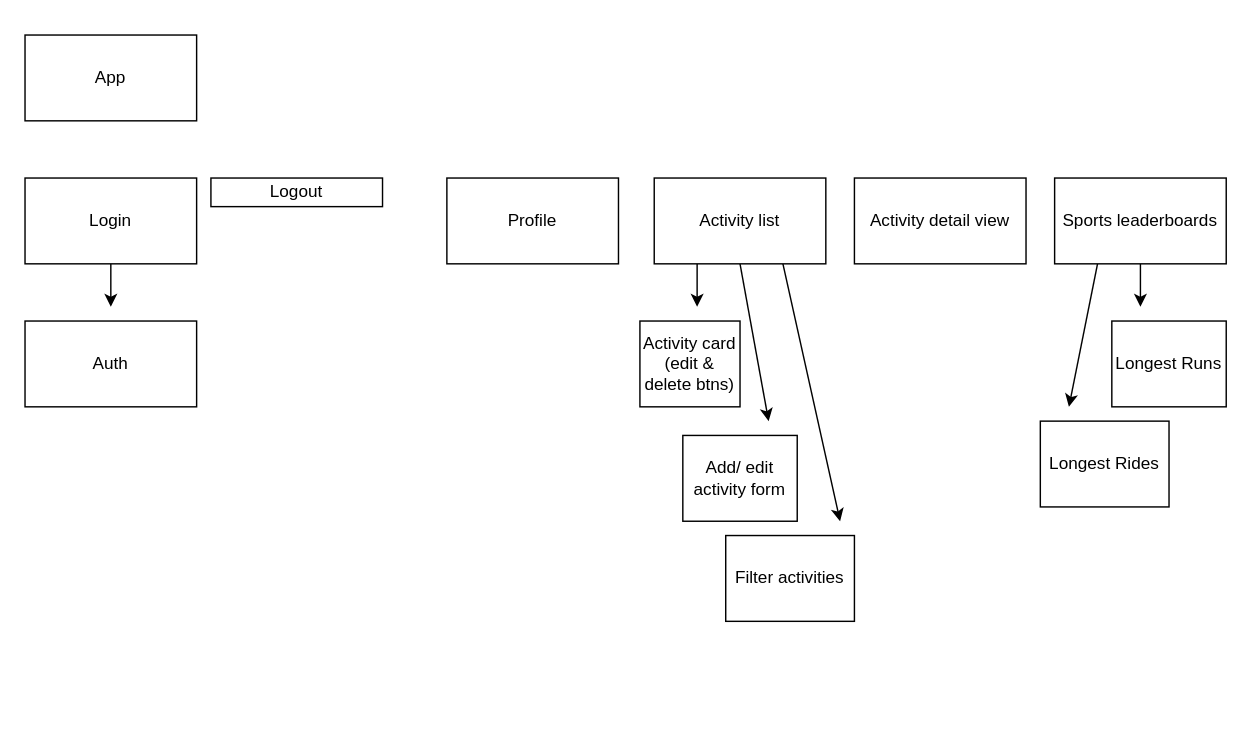
Above: app/wireframe.drawio in HartPM/exercise-tracker-app (draw.io), before the change. Source tidied: cells renumbered, new cells numbered last; positions are measured from the earlier drawing's top-left corner, leaving out a move shared by most shapes. Both pictures are drawn from the tidied source at 143%, with x=0, y=0 at pixel (24, 34).
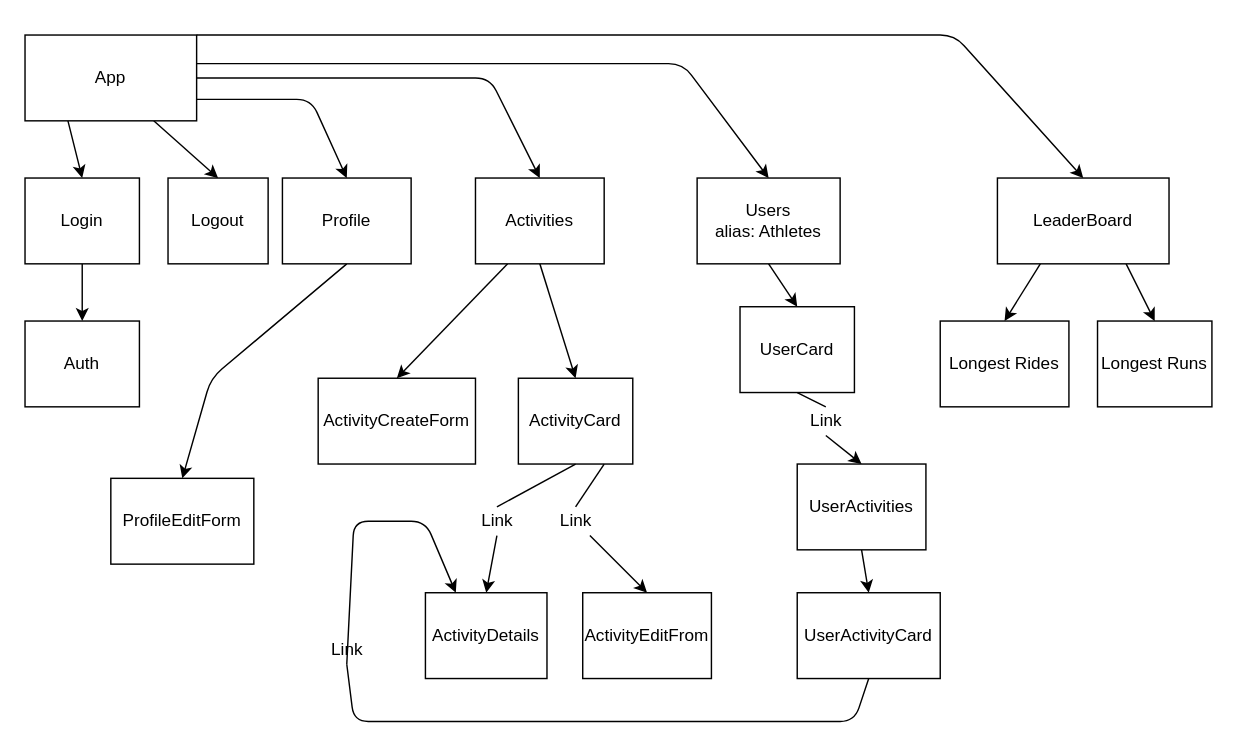
The same diagram, later.

Unchanged cells that the change refers to:
```xml
<mxCell id="2" value="App" style="whiteSpace=wrap;html=1;" parent="1" vertex="1">
  <mxGeometry width="120" height="60" as="geometry" />
</mxCell>
```

The edit, as a diff of the source:
```diff
@@
+    <mxCell id="21" style="edgeStyle=none;html=1;exitX=1;exitY=0;exitDx=0;exitDy=0;entryX=0.5;entryY=0;entryDx=0;entryDy=0;" parent="1" edge="1" source="2" target="39">
+      <mxGeometry relative="1" as="geometry">
+        <Array as="points">
+          <mxPoint x="650" />
+        </Array>
+      </mxGeometry>
+    </mxCell>
+    <mxCell id="22" style="edgeStyle=none;html=1;entryX=0.5;entryY=0;entryDx=0;entryDy=0;" parent="1" edge="1" target="33">
+      <mxGeometry relative="1" as="geometry">
+        <mxPoint x="120" y="20" as="sourcePoint" />
+        <Array as="points">
+          <mxPoint x="460" y="20" />
+        </Array>
+      </mxGeometry>
+    </mxCell>
+    <mxCell id="23" style="edgeStyle=none;html=1;exitX=1;exitY=0.5;exitDx=0;exitDy=0;entryX=0.5;entryY=0;entryDx=0;entryDy=0;" parent="1" edge="1" source="2" target="9">
+      <mxGeometry relative="1" as="geometry">
+        <Array as="points">
+          <mxPoint x="325" y="30" />
+        </Array>
+      </mxGeometry>
+    </mxCell>
+    <mxCell id="24" style="edgeStyle=none;html=1;exitX=1;exitY=0.75;exitDx=0;exitDy=0;entryX=0.5;entryY=0;entryDx=0;entryDy=0;" parent="1" edge="1" source="2" target="5">
+      <mxGeometry relative="1" as="geometry">
+        <Array as="points">
+          <mxPoint x="200" y="45" />
+        </Array>
+      </mxGeometry>
+    </mxCell>
+    <mxCell id="25" style="edgeStyle=none;html=1;exitX=0.75;exitY=1;exitDx=0;exitDy=0;entryX=0.5;entryY=0;entryDx=0;entryDy=0;" parent="1" edge="1" source="2" target="19">
+      <mxGeometry relative="1" as="geometry" />
+    </mxCell>
+    <mxCell id="26" style="edgeStyle=none;html=1;exitX=0.25;exitY=1;exitDx=0;exitDy=0;entryX=0.5;entryY=0;entryDx=0;entryDy=0;" parent="1" edge="1" source="2" target="4">
+      <mxGeometry relative="1" as="geometry" />
+    </mxCell>
@@
-    <mxCell id="3" style="edgeStyle=none;html=1;exitX=0.5;exitY=1;exitDx=0;exitDy=0;" parent="1" edge="1" source="4">
-      <mxGeometry relative="1" as="geometry">
-        <mxPoint x="60" y="190" as="targetPoint" />
-      </mxGeometry>
+    <mxCell id="3" style="edgeStyle=none;html=1;exitX=0.5;exitY=1;exitDx=0;exitDy=0;entryX=0.5;entryY=0;entryDx=0;entryDy=0;" parent="1" edge="1" source="4" target="14">
+      <mxGeometry relative="1" as="geometry" />
     </mxCell>
     <mxCell id="4" value="Login" style="whiteSpace=wrap;html=1;" parent="1" vertex="1">
-      <mxGeometry y="100" width="120" height="60" as="geometry" />
+      <mxGeometry y="100" width="80" height="60" as="geometry" />
     </mxCell>
+    <mxCell id="27" style="edgeStyle=none;html=1;exitX=0.5;exitY=1;exitDx=0;exitDy=0;entryX=0.5;entryY=0;entryDx=0;entryDy=0;" parent="1" edge="1" source="5" target="50">
+      <mxGeometry relative="1" as="geometry">
+        <Array as="points">
+          <mxPoint x="130" y="240" />
+        </Array>
+      </mxGeometry>
+    </mxCell>
     <mxCell id="5" value="Profile" style="whiteSpace=wrap;html=1;" parent="1" vertex="1">
-      <mxGeometry x="295" y="100" width="120" height="60" as="geometry" />
+      <mxGeometry x="180" y="100" width="90" height="60" as="geometry" />
     </mxCell>
-    <mxCell id="6" style="edgeStyle=none;html=1;exitX=0.5;exitY=1;exitDx=0;exitDy=0;" parent="1" edge="1" source="9">
-      <mxGeometry relative="1" as="geometry">
-        <mxPoint x="520" y="270" as="targetPoint" />
-      </mxGeometry>
-    </mxCell>
-    <mxCell id="7" style="edgeStyle=none;html=1;exitX=0.25;exitY=1;exitDx=0;exitDy=0;" parent="1" edge="1" source="9">
-      <mxGeometry relative="1" as="geometry">
-        <mxPoint x="470" y="190" as="targetPoint" />
-      </mxGeometry>
-    </mxCell>
-    <mxCell id="8" style="edgeStyle=none;html=1;exitX=0.75;exitY=1;exitDx=0;exitDy=0;" parent="1" edge="1" source="9">
-      <mxGeometry relative="1" as="geometry">
-        <mxPoint x="570" y="340" as="targetPoint" />
-      </mxGeometry>
-    </mxCell>
+    <mxCell id="28" style="edgeStyle=none;html=1;exitX=0.5;exitY=1;exitDx=0;exitDy=0;entryX=0.5;entryY=0;entryDx=0;entryDy=0;" parent="1" edge="1" source="9" target="10">
+      <mxGeometry relative="1" as="geometry" />
+    </mxCell>
+    <mxCell id="29" style="edgeStyle=none;html=1;exitX=0.25;exitY=1;exitDx=0;exitDy=0;entryX=0.5;entryY=0;entryDx=0;entryDy=0;" parent="1" edge="1" source="9" target="40">
+      <mxGeometry relative="1" as="geometry" />
+    </mxCell>
-    <mxCell id="9" value="Activity list" style="whiteSpace=wrap;html=1;" parent="1" vertex="1">
-      <mxGeometry x="440" y="100" width="120" height="60" as="geometry" />
+    <mxCell id="9" value="Activities" style="whiteSpace=wrap;html=1;" parent="1" vertex="1">
+      <mxGeometry x="315" y="100" width="90" height="60" as="geometry" />
     </mxCell>
+    <mxCell id="30" style="edgeStyle=none;html=1;exitX=0.5;exitY=1;exitDx=0;exitDy=0;entryX=0.5;entryY=0;entryDx=0;entryDy=0;startArrow=none;" parent="1" edge="1" source="42" target="41">
+      <mxGeometry relative="1" as="geometry" />
+    </mxCell>
+    <mxCell id="31" style="edgeStyle=none;html=1;exitX=0.75;exitY=1;exitDx=0;exitDy=0;entryX=0.5;entryY=0;entryDx=0;entryDy=0;startArrow=none;" parent="1" edge="1" source="44" target="34">
+      <mxGeometry relative="1" as="geometry" />
+    </mxCell>
-    <mxCell id="10" value="Activity detail view" style="whiteSpace=wrap;html=1;" parent="1" vertex="1">
-      <mxGeometry x="580" y="100" width="120" height="60" as="geometry" />
+    <mxCell id="10" value="ActivityCard" style="whiteSpace=wrap;html=1;" parent="1" vertex="1">
+      <mxGeometry x="345" y="240" width="80" height="60" as="geometry" />
     </mxCell>
-    <mxCell id="11" style="edgeStyle=none;html=1;exitX=0.5;exitY=1;exitDx=0;exitDy=0;" parent="1" edge="1" source="13">
-      <mxGeometry relative="1" as="geometry">
-        <mxPoint x="780" y="190" as="targetPoint" />
-      </mxGeometry>
-    </mxCell>
-    <mxCell id="12" style="edgeStyle=none;html=1;exitX=0.25;exitY=1;exitDx=0;exitDy=0;" parent="1" edge="1" source="13">
-      <mxGeometry relative="1" as="geometry">
-        <mxPoint x="730" y="260" as="targetPoint" />
-      </mxGeometry>
-    </mxCell>
-    <mxCell id="13" value="Sports leaderboards" style="whiteSpace=wrap;html=1;" parent="1" vertex="1">
-      <mxGeometry x="720" y="100" width="120" height="60" as="geometry" />
-    </mxCell>
     <mxCell id="14" value="Auth" style="whiteSpace=wrap;html=1;" parent="1" vertex="1">
-      <mxGeometry y="200" width="120" height="60" as="geometry" />
+      <mxGeometry y="200" width="80" height="60" as="geometry" />
     </mxCell>
-    <mxCell id="15" value="Activity card&lt;br&gt;(edit &amp;amp; delete btns)" style="whiteSpace=wrap;html=1;" parent="1" vertex="1">
-      <mxGeometry x="430" y="200" width="70" height="60" as="geometry" />
-    </mxCell>
+    <mxCell id="19" value="Logout" style="whiteSpace=wrap;html=1;" parent="1" vertex="1">
+      <mxGeometry x="100" y="100" width="70" height="60" as="geometry" />
+    </mxCell>
+    <mxCell id="32" style="edgeStyle=none;html=1;exitX=0.5;exitY=1;exitDx=0;exitDy=0;entryX=0.5;entryY=0;entryDx=0;entryDy=0;" parent="1" edge="1" source="33" target="52">
+      <mxGeometry relative="1" as="geometry" />
+    </mxCell>
+    <mxCell id="33" value="Users&lt;br&gt;alias: Athletes" style="whiteSpace=wrap;html=1;" parent="1" vertex="1">
+      <mxGeometry x="470" y="100" width="100" height="60" as="geometry" />
+    </mxCell>
+    <mxCell id="34" value="ActivityEditFrom" style="whiteSpace=wrap;html=1;" parent="1" vertex="1">
+      <mxGeometry x="390" y="390" width="90" height="60" as="geometry" />
+    </mxCell>
+    <mxCell id="35" style="edgeStyle=none;html=1;exitX=0.5;exitY=1;exitDx=0;exitDy=0;entryX=0.5;entryY=0;entryDx=0;entryDy=0;" parent="1" edge="1" source="36" target="47">
+      <mxGeometry relative="1" as="geometry" />
+    </mxCell>
+    <mxCell id="36" value="UserActivities" style="whiteSpace=wrap;html=1;" parent="1" vertex="1">
+      <mxGeometry x="540" y="300" width="90" height="60" as="geometry" />
+    </mxCell>
+    <mxCell id="37" style="edgeStyle=none;html=1;exitX=0.75;exitY=1;exitDx=0;exitDy=0;entryX=0.5;entryY=0;entryDx=0;entryDy=0;" parent="1" edge="1" source="39" target="16">
+      <mxGeometry relative="1" as="geometry" />
+    </mxCell>
+    <mxCell id="38" style="edgeStyle=none;html=1;exitX=0.25;exitY=1;exitDx=0;exitDy=0;entryX=0.5;entryY=0;entryDx=0;entryDy=0;" parent="1" edge="1" source="39" target="20">
+      <mxGeometry relative="1" as="geometry" />
+    </mxCell>
+    <mxCell id="39" value="LeaderBoard" style="whiteSpace=wrap;html=1;" parent="1" vertex="1">
+      <mxGeometry x="680" y="100" width="120" height="60" as="geometry" />
+    </mxCell>
     <mxCell id="16" value="Longest Runs" style="whiteSpace=wrap;html=1;" parent="1" vertex="1">
-      <mxGeometry x="760" y="200" width="80" height="60" as="geometry" />
+      <mxGeometry x="750" y="200" width="80" height="60" as="geometry" />
     </mxCell>
-    <mxCell id="17" value="Add/ edit activity form" style="whiteSpace=wrap;html=1;" parent="1" vertex="1">
-      <mxGeometry x="460" y="280" width="80" height="60" as="geometry" />
-    </mxCell>
-    <mxCell id="18" value="Filter activities" style="whiteSpace=wrap;html=1;" parent="1" vertex="1">
-      <mxGeometry x="490" y="350" width="90" height="60" as="geometry" />
-    </mxCell>
-    <mxCell id="19" value="Logout" style="whiteSpace=wrap;html=1;" parent="1" vertex="1">
-      <mxGeometry x="130" y="100" width="120" height="20" as="geometry" />
-    </mxCell>
     <mxCell id="20" value="Longest Rides" style="whiteSpace=wrap;html=1;" parent="1" vertex="1">
-      <mxGeometry x="710" y="270" width="90" height="60" as="geometry" />
+      <mxGeometry x="640" y="200" width="90" height="60" as="geometry" />
     </mxCell>
+    <mxCell id="40" value="ActivityCreateForm" style="whiteSpace=wrap;html=1;" parent="1" vertex="1">
+      <mxGeometry x="205" y="240" width="110" height="60" as="geometry" />
+    </mxCell>
+    <mxCell id="41" value="ActivityDetails" style="whiteSpace=wrap;html=1;" parent="1" vertex="1">
+      <mxGeometry x="280" y="390" width="85" height="60" as="geometry" />
+    </mxCell>
+    <mxCell id="42" value="Link" style="text;html=1;align=center;verticalAlign=middle;points=[];strokeColor=none;fillColor=none;" parent="1" vertex="1">
+      <mxGeometry x="310" y="330" width="40" height="20" as="geometry" />
+    </mxCell>
+    <mxCell id="43" style="edgeStyle=none;html=1;exitX=0.5;exitY=1;exitDx=0;exitDy=0;entryX=0.5;entryY=0;entryDx=0;entryDy=0;endArrow=none;" parent="1" edge="1" source="10" target="42">
+      <mxGeometry relative="1" as="geometry" />
+    </mxCell>
+    <mxCell id="44" value="Link" style="text;html=1;align=center;verticalAlign=middle;points=[];strokeColor=none;fillColor=none;" parent="1" vertex="1">
+      <mxGeometry x="365" y="330" width="40" height="20" as="geometry" />
+    </mxCell>
+    <mxCell id="45" style="edgeStyle=none;html=1;exitX=0.75;exitY=1;exitDx=0;exitDy=0;entryX=0.5;entryY=0;entryDx=0;entryDy=0;endArrow=none;" parent="1" edge="1" source="10" target="44">
+      <mxGeometry relative="1" as="geometry" />
+    </mxCell>
+    <mxCell id="46" style="edgeStyle=none;html=1;exitX=0.5;exitY=1;exitDx=0;exitDy=0;entryX=0.25;entryY=0;entryDx=0;entryDy=0;startArrow=none;" parent="1" edge="1" source="48" target="41">
+      <mxGeometry relative="1" as="geometry">
+        <Array as="points">
+          <mxPoint x="230" y="340" />
+          <mxPoint x="280" y="340" />
+        </Array>
+      </mxGeometry>
+    </mxCell>
+    <mxCell id="47" value="UserActivityCard" style="whiteSpace=wrap;html=1;" parent="1" vertex="1">
+      <mxGeometry x="540" y="390" width="100" height="60" as="geometry" />
+    </mxCell>
+    <mxCell id="48" value="Link" style="text;html=1;align=center;verticalAlign=middle;points=[];strokeColor=none;fillColor=none;" parent="1" vertex="1">
+      <mxGeometry x="205" y="420" width="40" height="20" as="geometry" />
+    </mxCell>
+    <mxCell id="49" style="edgeStyle=none;html=1;exitX=0.5;exitY=1;exitDx=0;exitDy=0;endArrow=none;" parent="1" edge="1" source="47">
+      <mxGeometry relative="1" as="geometry">
+        <mxPoint x="225" y="440" as="targetPoint" />
+        <Array as="points">
+          <mxPoint x="580" y="480" />
+          <mxPoint x="230" y="480" />
+        </Array>
+      </mxGeometry>
+    </mxCell>
+    <mxCell id="50" value="ProfileEditForm" style="whiteSpace=wrap;html=1;" parent="1" vertex="1">
+      <mxGeometry x="60" y="310" width="100" height="60" as="geometry" />
+    </mxCell>
+    <mxCell id="51" style="edgeStyle=none;html=1;exitX=0.5;exitY=1;exitDx=0;exitDy=0;entryX=0.5;entryY=0;entryDx=0;entryDy=0;startArrow=none;" parent="1" edge="1" source="53" target="36">
+      <mxGeometry relative="1" as="geometry" />
+    </mxCell>
+    <mxCell id="52" value="UserCard" style="whiteSpace=wrap;html=1;" parent="1" vertex="1">
+      <mxGeometry x="500" y="190" width="80" height="60" as="geometry" />
+    </mxCell>
+    <mxCell id="53" value="Link" style="text;html=1;align=center;verticalAlign=middle;points=[];strokeColor=none;fillColor=none;" parent="1" vertex="1">
+      <mxGeometry x="540" y="260" width="40" height="20" as="geometry" />
+    </mxCell>
+    <mxCell id="54" style="edgeStyle=none;html=1;exitX=0.5;exitY=1;exitDx=0;exitDy=0;entryX=0.5;entryY=0;entryDx=0;entryDy=0;endArrow=none;" parent="1" edge="1" source="52" target="53">
+      <mxGeometry relative="1" as="geometry" />
+    </mxCell>
```
